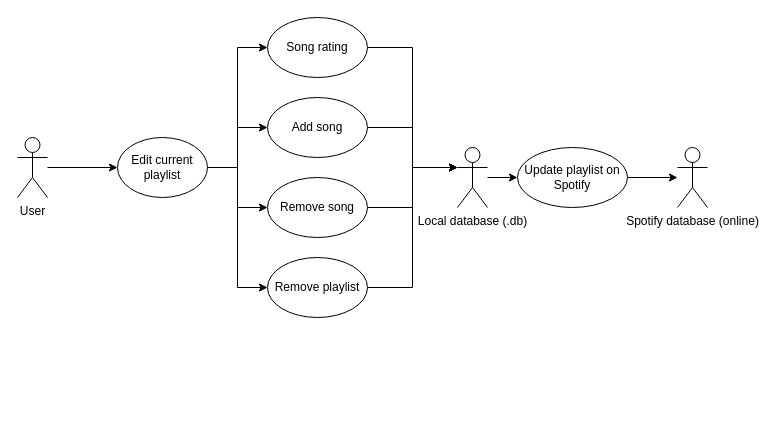
Earlier version of the draw.io diagram Diagrams/Use case/use_case_edit_playlist.drawio (stpilks99/moodipy). Source tidied: cells renumbered, new cells numbered last; positions are measured from the earlier drawing's top-left corner, leaving out a move shared by most shapes. Both pictures are drawn from the tidied source at 100%, with x=0, y=0 at pixel (17, 17).
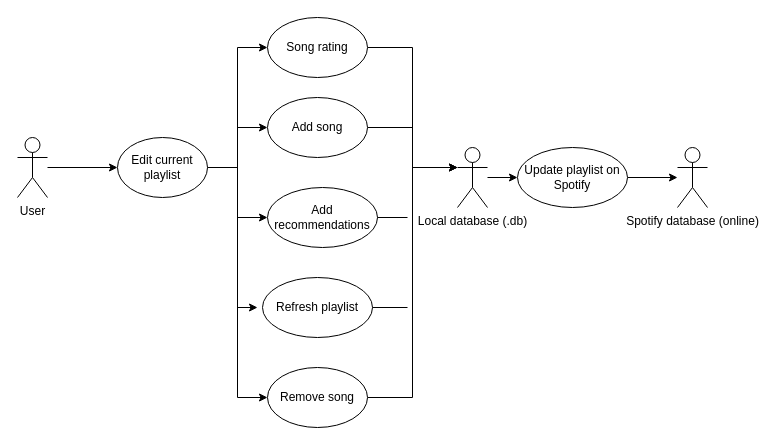
After the change.

Unchanged cells that the change refers to:
```xml
<mxCell id="21" value="Local database (.db)" style="shape=umlActor;verticalLabelPosition=bottom;labelBackgroundColor=#ffffff;verticalAlign=top;html=1;outlineConnect=0;" parent="1" vertex="1">
  <mxGeometry x="440" y="130" width="30" height="60" as="geometry" />
</mxCell>
```

What changed in the source:
```diff
@@
-    <mxCell id="13" style="edgeStyle=orthogonalEdgeStyle;rounded=0;jettySize=auto;html=1;entryX=0;entryY=0.3333333333333333;entryDx=0;entryDy=0;entryPerimeter=0;" parent="1" edge="1" source="14" target="21">
-      <mxGeometry relative="1" as="geometry" />
-    </mxCell>
-    <mxCell id="14" value="Remove song" style="ellipse;whiteSpace=wrap;html=1;" parent="1" vertex="1">
-      <mxGeometry x="250" y="160" width="100" height="60" as="geometry" />
+    <mxCell id="14" value="Add recommendations" style="ellipse;whiteSpace=wrap;html=1;" parent="1" vertex="1">
+      <mxGeometry x="250" y="170" width="110" height="60" as="geometry" />
     </mxCell>
@@
-    <mxCell id="16" value="Remove playlist" style="ellipse;whiteSpace=wrap;html=1;" parent="1" vertex="1">
-      <mxGeometry x="250" y="240" width="100" height="60" as="geometry" />
+    <mxCell id="16" value="Remove song" style="ellipse;whiteSpace=wrap;html=1;" parent="1" vertex="1">
+      <mxGeometry x="250" y="350" width="100" height="60" as="geometry" />
     </mxCell>
@@
+    <mxCell id="22" value="Refresh playlist" style="ellipse;whiteSpace=wrap;html=1;" parent="1" vertex="1">
+      <mxGeometry x="245" y="260" width="110" height="60" as="geometry" />
+    </mxCell>
+    <mxCell id="23" style="endArrow=classic;html=1;" parent="1" edge="1">
+      <mxGeometry relative="1" as="geometry">
+        <mxPoint x="220" y="290" as="sourcePoint" />
+        <mxPoint x="240" y="290" as="targetPoint" />
+      </mxGeometry>
+    </mxCell>
+    <mxCell id="24" style="endArrow=none;html=1;exitX=1;exitY=0.5;exitDx=0;exitDy=0;" parent="1" edge="1" source="22">
+      <mxGeometry relative="1" as="geometry">
+        <mxPoint x="390" y="290" as="targetPoint" />
+      </mxGeometry>
+    </mxCell>
+    <mxCell id="25" style="endArrow=none;html=1;exitX=1;exitY=0.5;exitDx=0;exitDy=0;" parent="1" edge="1" source="14">
+      <mxGeometry relative="1" as="geometry">
+        <mxPoint x="390" y="200" as="targetPoint" />
+      </mxGeometry>
+    </mxCell>
```
